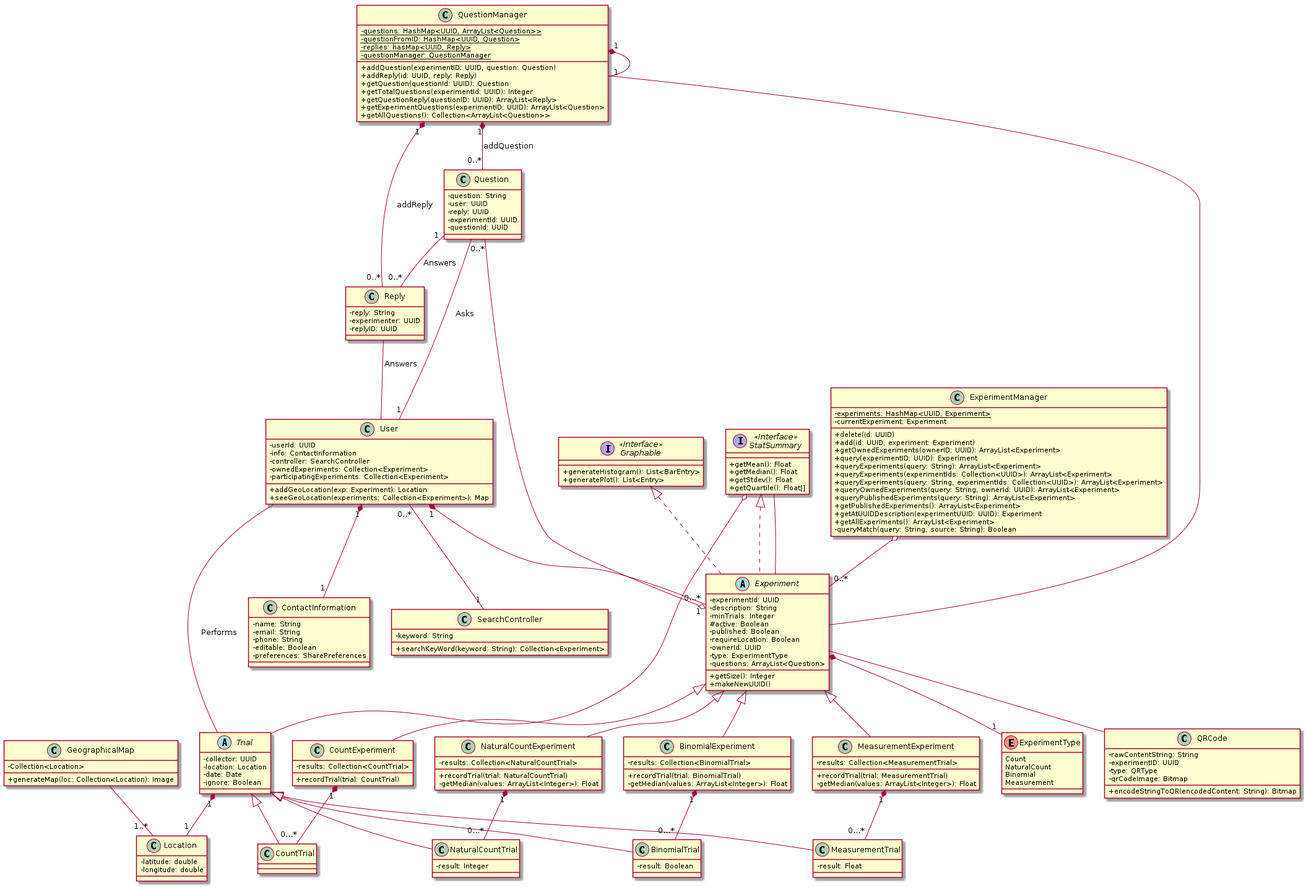
CMPUT301W21T03/Experiment-Automata keeps this PlantUML diagram as doc/uml/UML.png. Above is the earlier version.
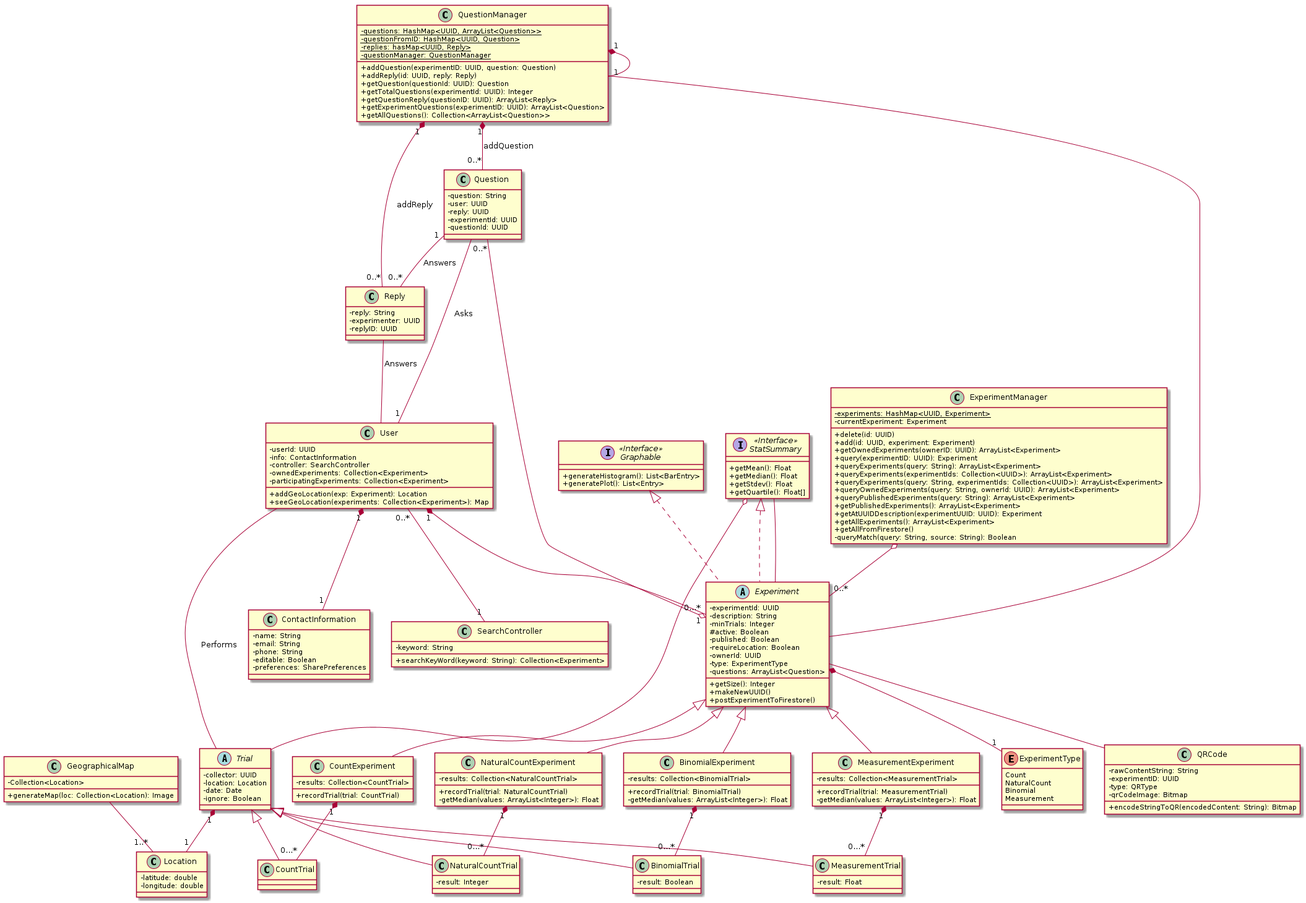
Later version of the same file.

What changed in the source:
```diff
@@ -28,6 +28,7 @@
    + getPublishedExperiments(): ArrayList<Experiment>
    + getAtUUIDDescription(experimentUUID: UUID): Experiment
    + getAllExperiments(): ArrayList<Experiment>
+   + getAllFromFirestore()
    - queryMatch(query: String, source: String): Boolean
 }
 
@@ -93,6 +94,7 @@
     -questions: ArrayList<Question>
     +getSize(): Integer
     +makeNewUUID()
+	+postExperimentToFirestore()
 }
 
 
```
